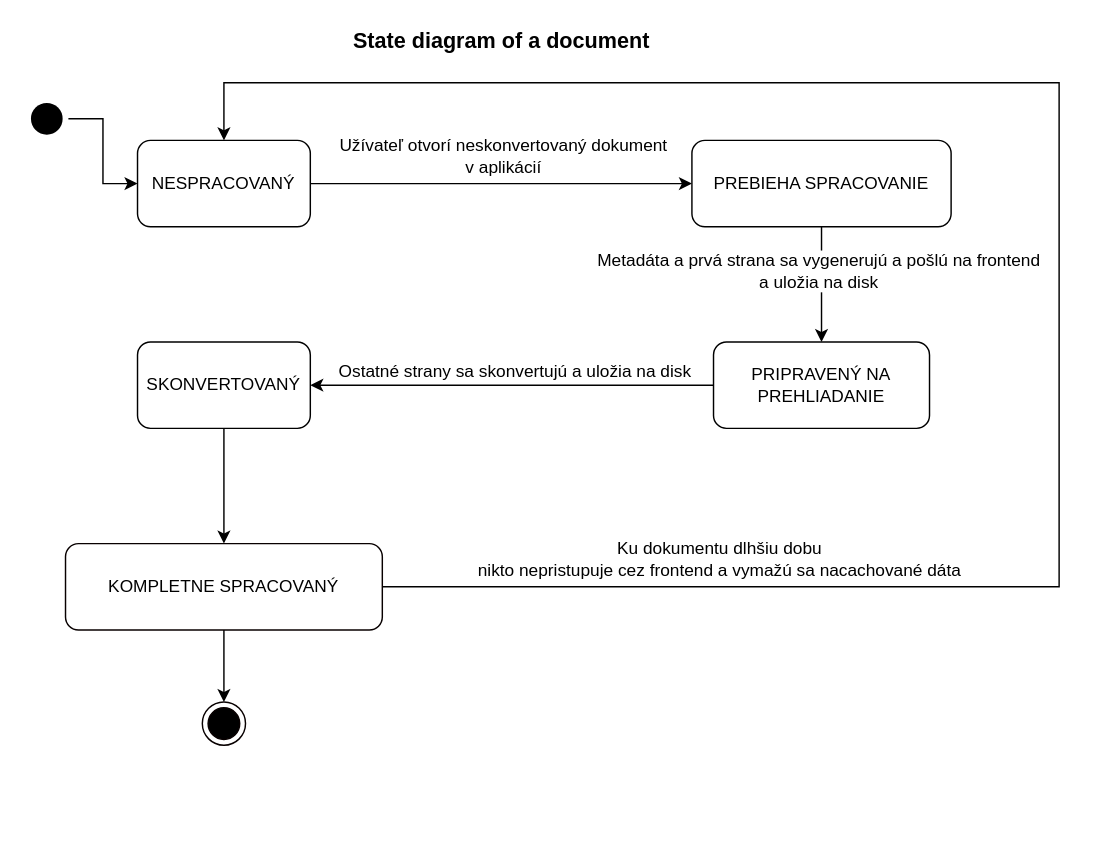
The draw.io diagram state_diagram.drawio in TIS2019-FMFI/theses-pdf-viewer, before the edit. Source tidied: cells renumbered, new cells numbered last; positions are measured from the earlier drawing's top-left corner, leaving out a move shared by most shapes. Both pictures are drawn from the tidied source at 144%, with x=0, y=0 at pixel (24, 24).
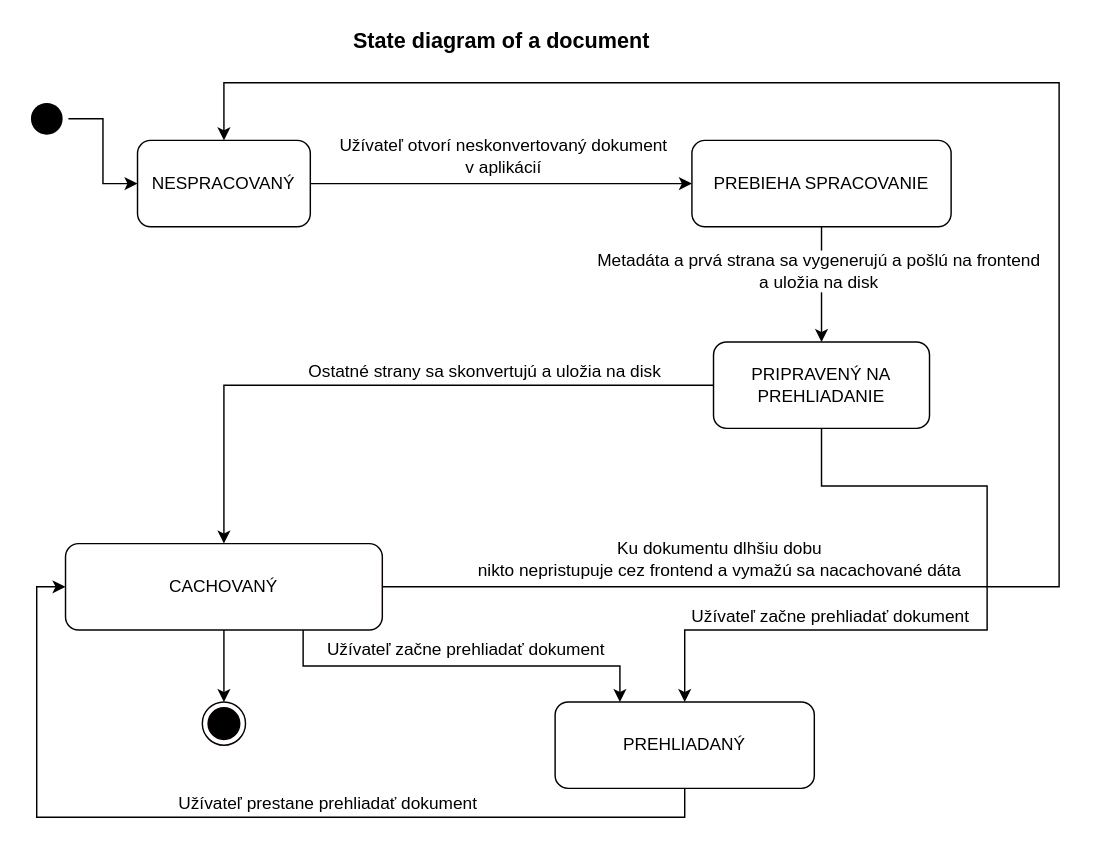
Above is the later version.

Commit message (it also covers changes not shown here):
pridal som dalsie popisky a stavy

The change refers to these unchanged cells:
```xml
<mxCell id="10" value="PRIPRAVENÝ NA PREHLIADANIE" style="rounded=1;whiteSpace=wrap;html=1;" parent="1" vertex="1">
  <mxGeometry x="478" y="220" width="150" height="60" as="geometry" />
</mxCell>
```

What changed in the source:
```diff
@@
-    <mxCell id="8" style="edgeStyle=orthogonalEdgeStyle;rounded=0;jettySize=auto;html=1;exitX=0;exitY=0.5;exitDx=0;exitDy=0;" parent="1" edge="1" source="10" target="12">
+    <mxCell id="8" style="edgeStyle=orthogonalEdgeStyle;rounded=0;jettySize=auto;html=1;exitX=0;exitY=0.5;exitDx=0;exitDy=0;entryX=0.5;entryY=0;entryDx=0;entryDy=0;" parent="1" edge="1" source="10" target="18">
       <mxGeometry relative="1" as="geometry" />
     </mxCell>
     <mxCell id="9" value="Ostatné strany sa skonvertujú a uložia na disk" style="text;html=1;align=center;verticalAlign=middle;labelBackgroundColor=#ffffff;" parent="8" vertex="1">
       <mxGeometry x="-0.14" y="1" relative="1" as="geometry">
-        <mxPoint x="-19" y="-11" as="offset" />
+        <mxPoint x="34" y="-11" as="offset" />
       </mxGeometry>
     </mxCell>
+    <mxCell id="21" style="edgeStyle=orthogonalEdgeStyle;rounded=0;jettySize=auto;html=1;exitX=0.5;exitY=1;exitDx=0;exitDy=0;entryX=0.5;entryY=0;entryDx=0;entryDy=0;" parent="1" edge="1" source="10" target="26">
+      <mxGeometry relative="1" as="geometry">
+        <Array as="points">
+          <mxPoint x="553" y="320" />
+          <mxPoint x="668" y="320" />
+          <mxPoint x="668" y="420" />
+          <mxPoint x="458" y="420" />
+        </Array>
+      </mxGeometry>
+    </mxCell>
+    <mxCell id="22" value="Užívateľ začne prehliadať dokument" style="text;html=1;align=center;verticalAlign=middle;labelBackgroundColor=#ffffff;" parent="21" vertex="1">
+      <mxGeometry x="0.24" relative="1" as="geometry">
+        <mxPoint x="-46" y="-10" as="offset" />
+      </mxGeometry>
+    </mxCell>
@@
-    <mxCell id="11" style="edgeStyle=orthogonalEdgeStyle;rounded=0;jettySize=auto;html=1;exitX=0.5;exitY=1;exitDx=0;exitDy=0;entryX=0.5;entryY=0;entryDx=0;entryDy=0;" parent="1" edge="1" source="12" target="18">
-      <mxGeometry relative="1" as="geometry" />
-    </mxCell>
-    <mxCell id="12" value="SKONVERTOVANÝ" style="rounded=1;whiteSpace=wrap;html=1;" parent="1" vertex="1">
-      <mxGeometry x="78" y="220" width="120" height="60" as="geometry" />
-    </mxCell>
@@
+    <mxCell id="23" style="edgeStyle=orthogonalEdgeStyle;rounded=0;jettySize=auto;html=1;exitX=0.75;exitY=1;exitDx=0;exitDy=0;entryX=0.25;entryY=0;entryDx=0;entryDy=0;" parent="1" edge="1" source="18" target="26">
+      <mxGeometry relative="1" as="geometry" />
+    </mxCell>
-    <mxCell id="18" value="KOMPLETNE SPRACOVANÝ" style="rounded=1;whiteSpace=wrap;html=1;strokeColor=#080000;" parent="1" vertex="1">
+    <mxCell id="18" value="CACHOVANÝ" style="rounded=1;whiteSpace=wrap;html=1;strokeColor=#080000;" parent="1" vertex="1">
       <mxGeometry x="28" y="360" width="220" height="60" as="geometry" />
     </mxCell>
@@
+    <mxCell id="24" style="edgeStyle=orthogonalEdgeStyle;rounded=0;jettySize=auto;html=1;exitX=0.5;exitY=1;exitDx=0;exitDy=0;entryX=0;entryY=0.5;entryDx=0;entryDy=0;" parent="1" edge="1" source="26" target="18">
+      <mxGeometry relative="1" as="geometry" />
+    </mxCell>
+    <mxCell id="25" value="Užívateľ prestane prehliadať dokument" style="text;html=1;align=center;verticalAlign=middle;labelBackgroundColor=#ffffff;" parent="24" vertex="1">
+      <mxGeometry x="-0.18" y="-1" relative="1" as="geometry">
+        <mxPoint x="-2" y="-9" as="offset" />
+      </mxGeometry>
+    </mxCell>
+    <mxCell id="26" value="PREHLIADANÝ" style="rounded=1;whiteSpace=wrap;html=1;" parent="1" vertex="1">
+      <mxGeometry x="368" y="470" width="180" height="60" as="geometry" />
+    </mxCell>
+    <mxCell id="27" value="Užívateľ začne prehliadať dokument" style="text;html=1;" parent="1" vertex="1">
+      <mxGeometry x="208" y="420" width="220" height="30" as="geometry" />
+    </mxCell>
```
